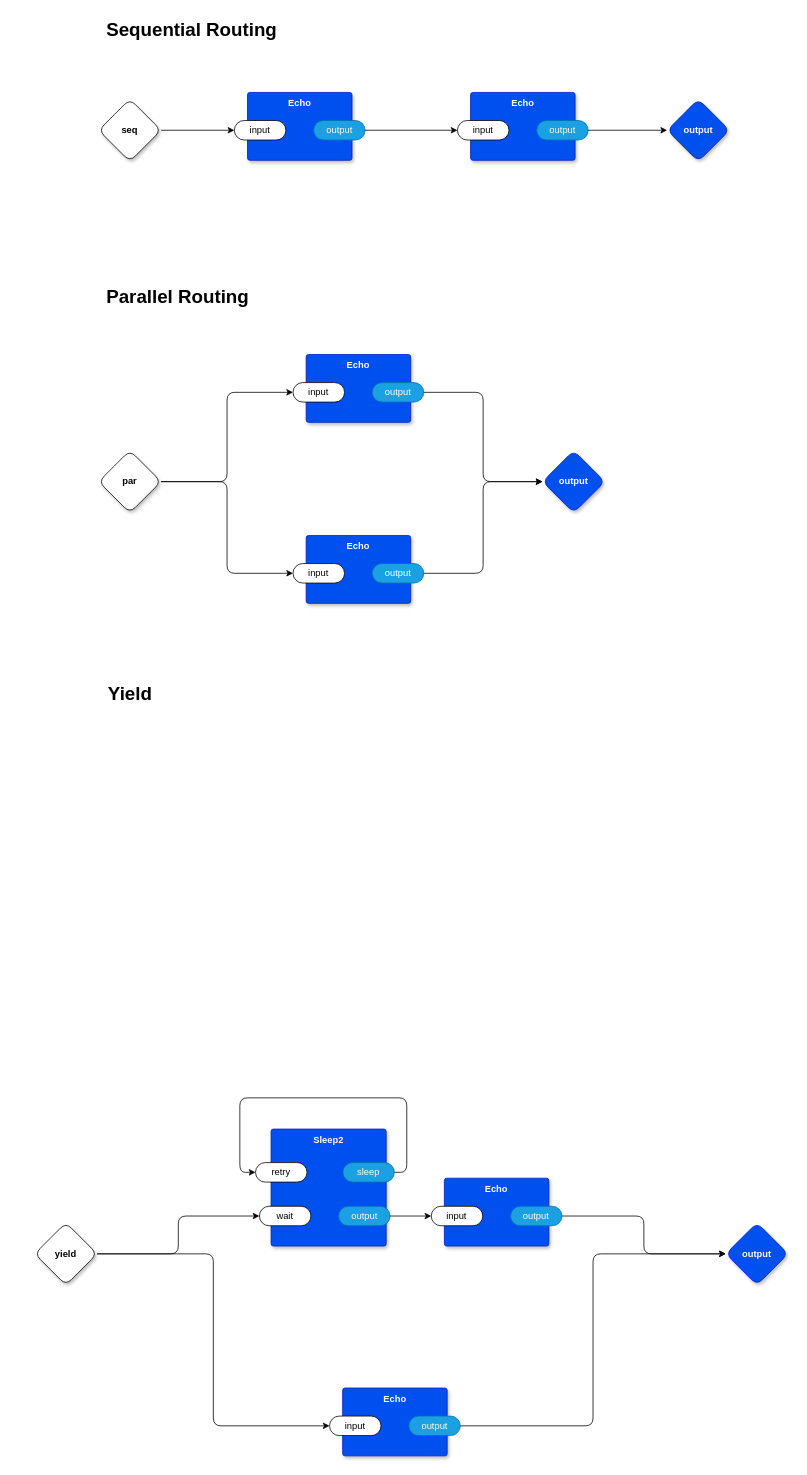
Before: page "main" (1 of 4) of example.drawio in guitarvydas/odin0d, a draw.io diagram. Source tidied: cells renumbered, new cells numbered last; positions are measured from the earlier drawing's top-left corner, leaving out a move shared by most shapes. Both pictures are drawn from the tidied source at 78%, with x=0, y=0 at pixel (34, 13).
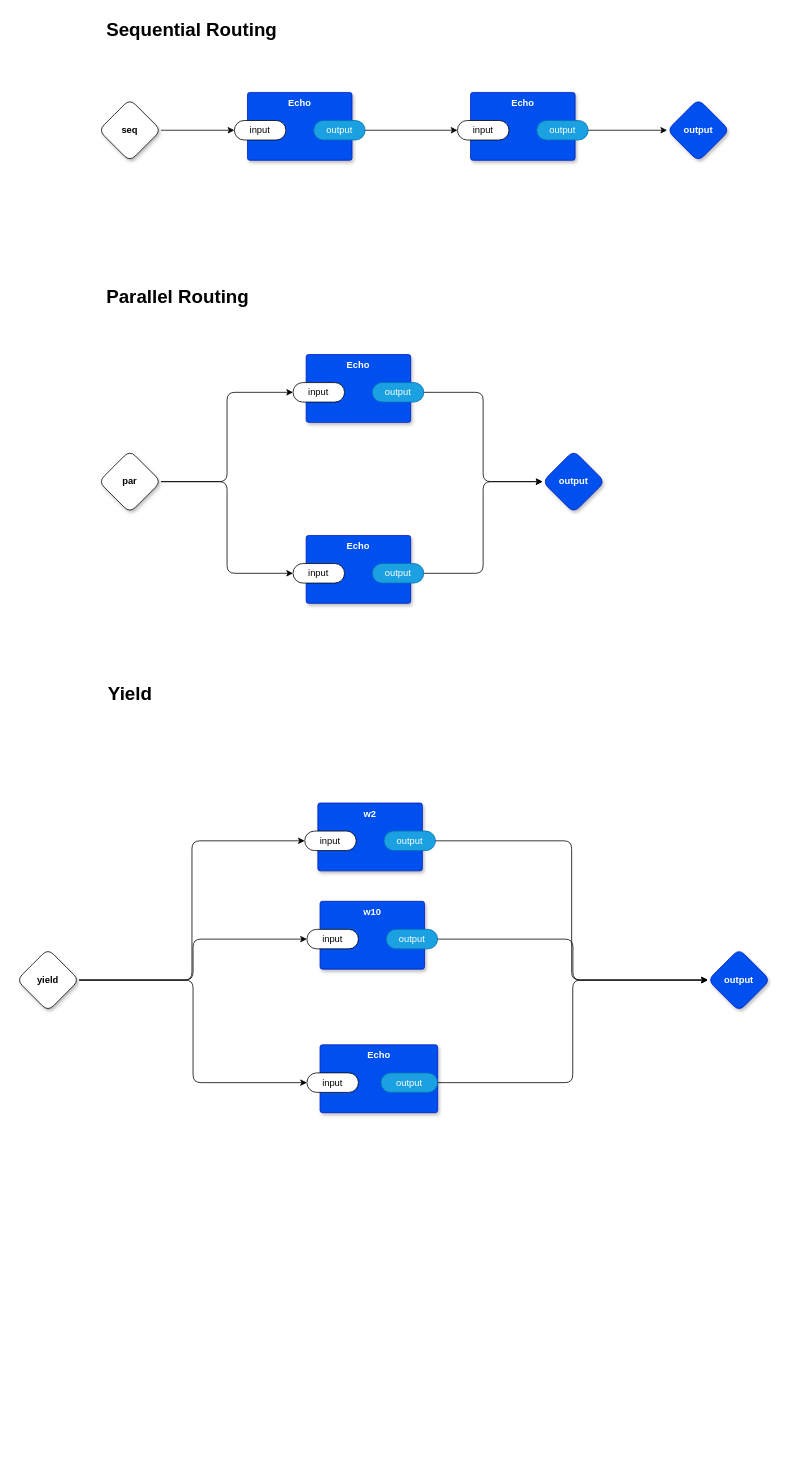
The same diagram, later.

Unchanged cells that the change refers to:
```xml
<mxCell id="43" value="input" style="rounded=1;whiteSpace=wrap;html=1;sketch=0;points=[[0,0.5,0,0,0],[1,0.5,0,0,0]];arcSize=50;" parent="42" vertex="1">
  <mxGeometry x="-16.8" y="36" width="66" height="25" as="geometry" />
</mxCell>
<mxCell id="44" value="output" style="rounded=1;whiteSpace=wrap;html=1;sketch=0;points=[[0,0.5,0,0,0],[1,0.5,0,0,0]];fillColor=#1ba1e2;fontColor=#ffffff;strokeColor=#006EAF;arcSize=50;" parent="42" vertex="1">
  <mxGeometry x="84.8" y="36" width="66" height="25" as="geometry" />
</mxCell>
```

Diff of the diagram source:
```diff
@@
-    <mxCell id="28" style="edgeStyle=orthogonalEdgeStyle;rounded=1;jettySize=auto;html=1;exitX=1;exitY=0.5;exitDx=0;exitDy=0;exitPerimeter=0;" parent="1" edge="1" source="29" target="37">
-      <mxGeometry relative="1" as="geometry" />
-    </mxCell>
+    <mxCell id="47" style="edgeStyle=orthogonalEdgeStyle;rounded=1;jettySize=auto;html=1;entryX=0;entryY=0.5;entryDx=0;entryDy=0;entryPerimeter=0;" parent="1" edge="1" source="29" target="43">
+      <mxGeometry relative="1" as="geometry" />
+    </mxCell>
+    <mxCell id="48" style="edgeStyle=orthogonalEdgeStyle;rounded=1;jettySize=auto;html=1;entryX=0;entryY=0.5;entryDx=0;entryDy=0;entryPerimeter=0;" parent="1" edge="1" source="29" target="50">
+      <mxGeometry relative="1" as="geometry" />
+    </mxCell>
     <mxCell id="29" value="yield" style="rhombus;whiteSpace=wrap;html=1;rounded=1;fontStyle=1;glass=0;sketch=0;fontSize=12;points=[[0,0.5,0,0,0],[0.5,0,0,0,0],[0.5,1,0,0,0],[1,0.5,0,0,0]];shadow=1;" parent="1" vertex="1">
-      <mxGeometry y="1550" width="80" height="80" as="geometry" />
+      <mxGeometry x="-23" y="1199" width="80" height="80" as="geometry" />
     </mxCell>
     <mxCell id="30" value="output" style="rhombus;whiteSpace=wrap;html=1;rounded=1;fillColor=#0050ef;fontColor=#ffffff;strokeColor=#001DBC;fontStyle=1;glass=0;sketch=0;fontSize=12;points=[[0,0.5,0,0,0],[0.5,0,0,0,0],[0.5,1,0,0,0],[1,0.5,0,0,0]];shadow=1;" parent="1" vertex="1">
-      <mxGeometry x="886" y="1550" width="80" height="80" as="geometry" />
+      <mxGeometry x="863" y="1199" width="80" height="80" as="geometry" />
     </mxCell>
     <mxCell id="31" value="Echo" style="rounded=1;whiteSpace=wrap;html=1;sketch=0;verticalAlign=top;arcSize=6;fontStyle=1;absoluteArcSize=1;shadow=1;strokeColor=#001DBC;fillColor=#0050ef;fontColor=#ffffff;" parent="1" vertex="1">
-      <mxGeometry x="394.8" y="1762" width="134" height="87" as="geometry" />
+      <mxGeometry x="365.8" y="1322" width="150.8" height="87" as="geometry" />
     </mxCell>
@@
     <mxCell id="33" value="output" style="rounded=1;whiteSpace=wrap;html=1;sketch=0;points=[[0,0.5,0,0,0],[1,0.5,0,0,0]];fillColor=#1ba1e2;fontColor=#ffffff;strokeColor=#006EAF;arcSize=50;" parent="31" vertex="1">
-      <mxGeometry x="84.8" y="36" width="66" height="25" as="geometry" />
+      <mxGeometry x="78" y="36" width="72.8" height="25" as="geometry" />
     </mxCell>
@@
-    <mxCell id="36" value="Sleep2" style="rounded=1;whiteSpace=wrap;html=1;sketch=0;verticalAlign=top;arcSize=6;fontStyle=1;absoluteArcSize=1;shadow=1;strokeColor=#001DBC;fillColor=#0050ef;fontColor=#ffffff;" parent="1" vertex="1">
-      <mxGeometry x="303" y="1430" width="147.6" height="150" as="geometry" />
-    </mxCell>
-    <mxCell id="37" value="wait" style="rounded=1;whiteSpace=wrap;html=1;sketch=0;points=[[0,0.5,0,0,0],[1,0.5,0,0,0]];arcSize=50;" parent="36" vertex="1">
-      <mxGeometry x="-14.9" y="99" width="66" height="25" as="geometry" />
-    </mxCell>
-    <mxCell id="38" value="output" style="rounded=1;whiteSpace=wrap;html=1;sketch=0;points=[[0,0.5,0,0,0],[1,0.5,0,0,0]];fillColor=#1ba1e2;fontColor=#ffffff;strokeColor=#006EAF;arcSize=50;" parent="36" vertex="1">
-      <mxGeometry x="86.6" y="99" width="66" height="25" as="geometry" />
-    </mxCell>
-    <mxCell id="39" value="retry" style="rounded=1;whiteSpace=wrap;html=1;sketch=0;points=[[0,0.5,0,0,0],[1,0.5,0,0,0]];arcSize=50;" parent="36" vertex="1">
-      <mxGeometry x="-19.9" y="43" width="66" height="25" as="geometry" />
-    </mxCell>
-    <mxCell id="40" style="edgeStyle=orthogonalEdgeStyle;rounded=1;jettySize=auto;html=1;entryX=0;entryY=0.5;entryDx=0;entryDy=0;entryPerimeter=0;" parent="36" edge="1" source="41" target="39">
-      <mxGeometry relative="1" as="geometry">
-        <Array as="points">
-          <mxPoint x="174" y="56" />
-          <mxPoint x="174" y="-40" />
-          <mxPoint x="-40" y="-40" />
-          <mxPoint x="-40" y="56" />
-        </Array>
-      </mxGeometry>
-    </mxCell>
-    <mxCell id="41" value="sleep" style="rounded=1;whiteSpace=wrap;html=1;sketch=0;points=[[0,0.5,0,0,0],[1,0.5,0,0,0]];fillColor=#1ba1e2;fontColor=#ffffff;strokeColor=#006EAF;arcSize=50;" parent="36" vertex="1">
-      <mxGeometry x="92.1" y="43" width="66" height="25" as="geometry" />
-    </mxCell>
-    <mxCell id="42" value="Echo" style="rounded=1;whiteSpace=wrap;html=1;sketch=0;verticalAlign=top;arcSize=6;fontStyle=1;absoluteArcSize=1;shadow=1;strokeColor=#001DBC;fillColor=#0050ef;fontColor=#ffffff;" parent="1" vertex="1">
-      <mxGeometry x="525.2" y="1493" width="134" height="87" as="geometry" />
+    <mxCell id="42" value="w10" style="rounded=1;whiteSpace=wrap;html=1;sketch=0;verticalAlign=top;arcSize=6;fontStyle=1;absoluteArcSize=1;shadow=1;strokeColor=#001DBC;fillColor=#0050ef;fontColor=#ffffff;" parent="1" vertex="1">
+      <mxGeometry x="365.8" y="1138" width="134" height="87" as="geometry" />
     </mxCell>
@@
-    <mxCell id="45" style="edgeStyle=orthogonalEdgeStyle;rounded=1;jettySize=auto;html=1;exitX=1;exitY=0.5;exitDx=0;exitDy=0;exitPerimeter=0;entryX=0;entryY=0.5;entryDx=0;entryDy=0;entryPerimeter=0;" parent="1" edge="1" source="38" target="43">
-      <mxGeometry relative="1" as="geometry" />
-    </mxCell>
     <mxCell id="46" style="edgeStyle=orthogonalEdgeStyle;rounded=1;jettySize=auto;html=1;exitX=1;exitY=0.5;exitDx=0;exitDy=0;exitPerimeter=0;" parent="1" edge="1" source="44" target="30">
-      <mxGeometry relative="1" as="geometry" />
+      <mxGeometry relative="1" as="geometry">
+        <Array as="points">
+          <mxPoint x="690" y="1186" />
+          <mxPoint x="690" y="1239" />
+        </Array>
+      </mxGeometry>
     </mxCell>
+    <mxCell id="49" value="w2" style="rounded=1;whiteSpace=wrap;html=1;sketch=0;verticalAlign=top;arcSize=6;fontStyle=1;absoluteArcSize=1;shadow=1;strokeColor=#001DBC;fillColor=#0050ef;fontColor=#ffffff;" parent="1" vertex="1">
+      <mxGeometry x="363" y="1012" width="134" height="87" as="geometry" />
+    </mxCell>
+    <mxCell id="50" value="input" style="rounded=1;whiteSpace=wrap;html=1;sketch=0;points=[[0,0.5,0,0,0],[1,0.5,0,0,0]];arcSize=50;" parent="49" vertex="1">
+      <mxGeometry x="-16.8" y="36" width="66" height="25" as="geometry" />
+    </mxCell>
+    <mxCell id="38" value="output" style="rounded=1;whiteSpace=wrap;html=1;sketch=0;points=[[0,0.5,0,0,0],[1,0.5,0,0,0]];fillColor=#1ba1e2;fontColor=#ffffff;strokeColor=#006EAF;arcSize=50;" parent="49" vertex="1">
+      <mxGeometry x="84.8" y="36" width="66" height="25" as="geometry" />
+    </mxCell>
+    <mxCell id="51" style="edgeStyle=orthogonalEdgeStyle;rounded=1;jettySize=auto;html=1;exitX=1;exitY=0.5;exitDx=0;exitDy=0;exitPerimeter=0;entryX=0;entryY=0.5;entryDx=0;entryDy=0;entryPerimeter=0;" parent="1" edge="1" source="38" target="30">
+      <mxGeometry relative="1" as="geometry" />
+    </mxCell>
```
